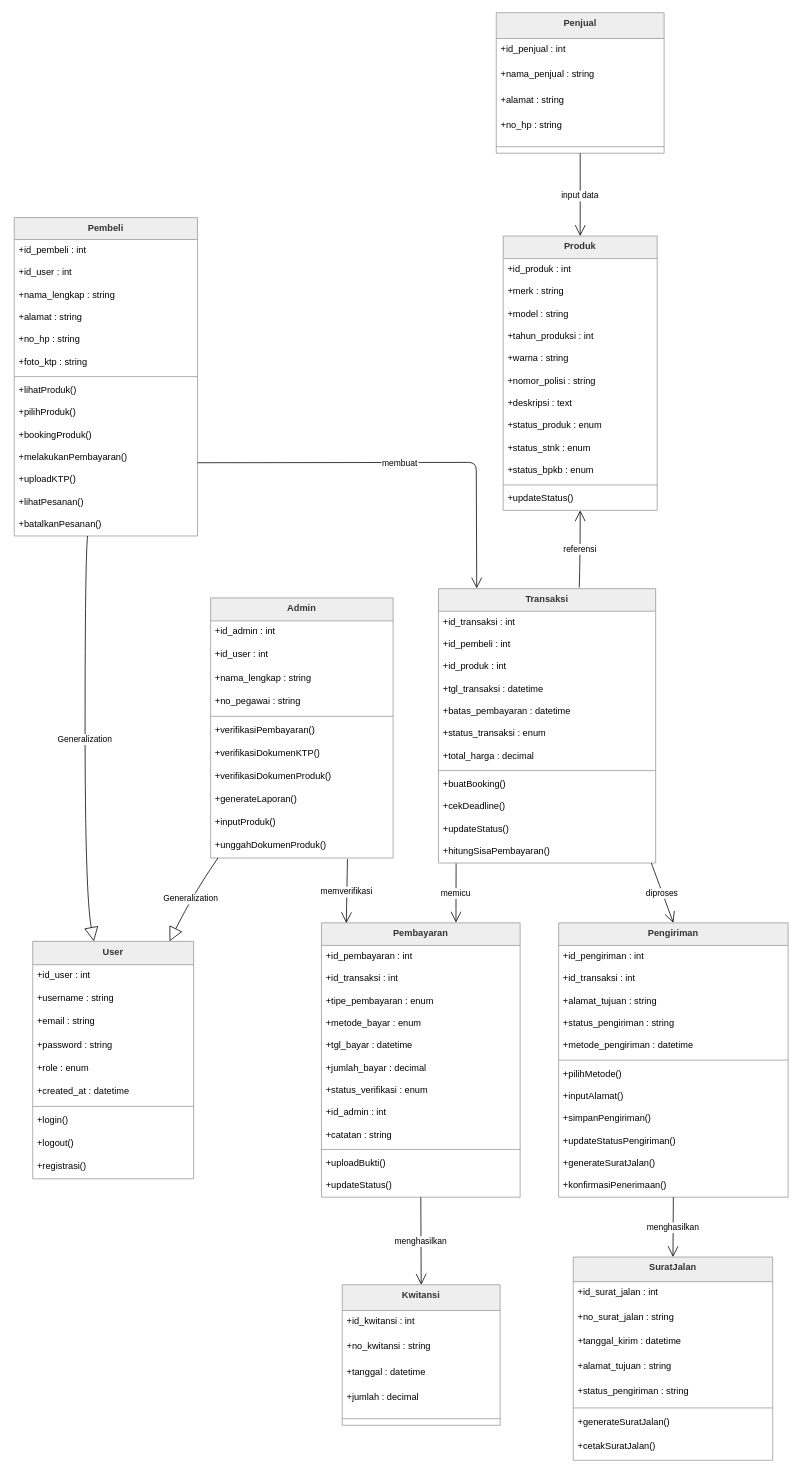
FikriBintangx/Macha keeps this draw.io diagram as page "Class: Page-2" (1 of 18) of diagram-macha/Macha_Diagrams.drawio. Above is the earlier version. Source tidied: cells renumbered, new cells numbered last; positions are measured from the earlier drawing's top-left corner, leaving out a move shared by most shapes. Both pictures are drawn from the tidied source at 77%, with x=0, y=0 at pixel (14, 12).
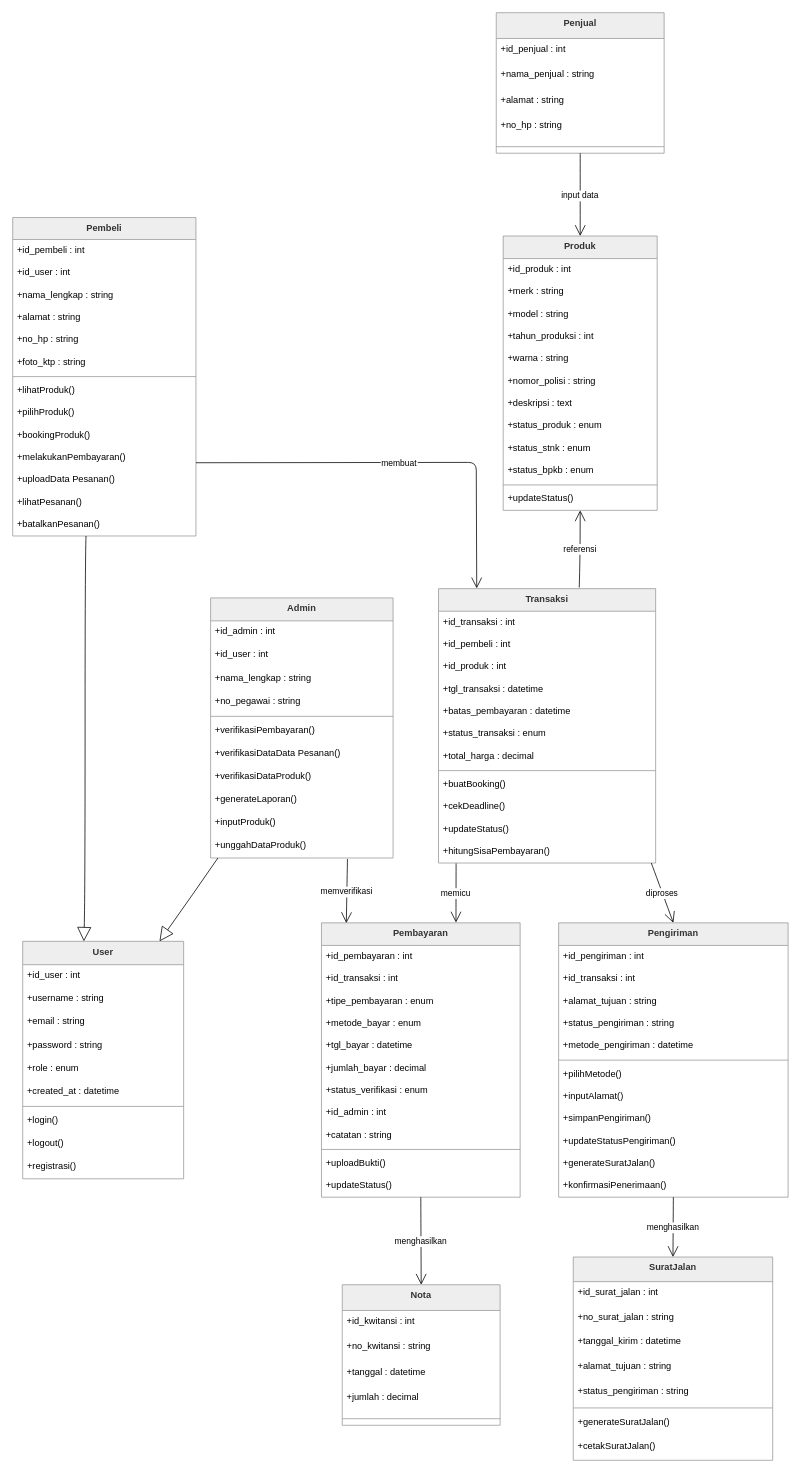
The same page after the edit.

Unchanged cells that the change refers to:
```xml
<mxCell id="28" value="Admin" style="swimlane;fontStyle=1;align=center;verticalAlign=top;horizontal=1;startSize=29.818181818181817;fillColor=light-dark(#eeeeee,#1f2020);strokeColor=light-dark(#999999,#cccccc);fontColor=light-dark(#333333,#cccccc);" parent="1" vertex="1">
  <mxGeometry x="255" y="760" width="237" height="337.8" as="geometry" />
</mxCell>
```

Change to the diagram source:
```diff
@@
     <mxCell id="2" value="User" style="swimlane;fontStyle=1;align=center;verticalAlign=top;horizontal=1;startSize=30.4;fillColor=light-dark(#eeeeee,#1f2020);strokeColor=light-dark(#999999,#cccccc);fontColor=light-dark(#333333,#cccccc);" parent="1" vertex="1">
-      <mxGeometry x="24" y="1206" width="209" height="308.4" as="geometry" />
+      <mxGeometry x="11" y="1206" width="209" height="308.4" as="geometry" />
     </mxCell>
@@
     <mxCell id="13" value="Pembeli" style="swimlane;fontStyle=1;align=center;verticalAlign=top;horizontal=1;startSize=28.571428571428573;fillColor=light-dark(#eeeeee,#1f2020);strokeColor=light-dark(#999999,#cccccc);fontColor=light-dark(#333333,#cccccc);" parent="1" vertex="1">
-      <mxGeometry y="266" width="238" height="413.6" as="geometry" />
+      <mxGeometry x="-2" y="266" width="238" height="413.6" as="geometry" />
     </mxCell>
@@
-    <mxCell id="25" value="+uploadKTP()" style="text;strokeColor=none;fillColor=none;align=left;verticalAlign=top;spacingLeft=4;spacingRight=4;overflow=hidden;" parent="13" vertex="1">
+    <mxCell id="25" value="+uploadData Pesanan()" style="text;strokeColor=none;fillColor=none;align=left;verticalAlign=top;spacingLeft=4;spacingRight=4;overflow=hidden;" parent="13" vertex="1">
       <mxGeometry y="326.6" width="238" height="29" as="geometry" />
     </mxCell>
@@
-    <mxCell id="35" value="+verifikasiDokumenKTP()" style="text;strokeColor=none;fillColor=none;align=left;verticalAlign=top;spacingLeft=4;spacingRight=4;overflow=hidden;" parent="28" vertex="1">
+    <mxCell id="35" value="+verifikasiDataData Pesanan()" style="text;strokeColor=none;fillColor=none;align=left;verticalAlign=top;spacingLeft=4;spacingRight=4;overflow=hidden;" parent="28" vertex="1">
       <mxGeometry y="187.8" width="237" height="30" as="geometry" />
     </mxCell>
-    <mxCell id="36" value="+verifikasiDokumenProduk()" style="text;strokeColor=none;fillColor=none;align=left;verticalAlign=top;spacingLeft=4;spacingRight=4;overflow=hidden;" parent="28" vertex="1">
+    <mxCell id="36" value="+verifikasiDataProduk()" style="text;strokeColor=none;fillColor=none;align=left;verticalAlign=top;spacingLeft=4;spacingRight=4;overflow=hidden;" parent="28" vertex="1">
       <mxGeometry y="217.8" width="237" height="30" as="geometry" />
     </mxCell>
@@
-    <mxCell id="39" value="+unggahDokumenProduk()" style="text;strokeColor=none;fillColor=none;align=left;verticalAlign=top;spacingLeft=4;spacingRight=4;overflow=hidden;points=[[0,0.5],[1,0.5]];portConstraint=eastwest;" parent="28" vertex="1">
+    <mxCell id="39" value="+unggahDataProduk()" style="text;strokeColor=none;fillColor=none;align=left;verticalAlign=top;spacingLeft=4;spacingRight=4;overflow=hidden;points=[[0,0.5],[1,0.5]];portConstraint=eastwest;" parent="28" vertex="1">
       <mxGeometry y="307.8" width="237" height="30" as="geometry" />
     </mxCell>
@@
-    <mxCell id="107" value="Kwitansi" style="swimlane;fontStyle=1;align=center;verticalAlign=top;horizontal=1;startSize=33.45454545454545;fillColor=light-dark(#eeeeee,#1f2020);strokeColor=light-dark(#999999,#cccccc);fontColor=light-dark(#333333,#cccccc);" parent="1" vertex="1">
+    <mxCell id="107" value="Nota" style="swimlane;fontStyle=1;align=center;verticalAlign=top;horizontal=1;startSize=33.45454545454545;fillColor=light-dark(#eeeeee,#1f2020);strokeColor=light-dark(#999999,#cccccc);fontColor=light-dark(#333333,#cccccc);" parent="1" vertex="1">
       <mxGeometry x="426" y="1652" width="205" height="182.5" as="geometry" />
     </mxCell>
@@
-    <mxCell id="113" value="Generalization" style="curved=1;startArrow=none;endArrow=block;endSize=16;endFill=0;exitX=0.4;exitY=1;entryX=0.38;entryY=0;rounded=0;" parent="1" edge="1" source="13" target="2">
+    <mxCell id="113" style="curved=1;startArrow=none;endArrow=block;endSize=16;endFill=0;exitX=0.4;exitY=1;entryX=0.38;entryY=0;rounded=0;" parent="1" edge="1" source="13" target="2">
       <mxGeometry relative="1" as="geometry">
         <Array as="points">
           <mxPoint x="92" y="711" />
           <mxPoint x="92" y="1145" />
         </Array>
       </mxGeometry>
     </mxCell>
-    <mxCell id="114" value="Generalization" style="curved=1;startArrow=none;endArrow=block;endSize=16;endFill=0;exitX=0.04;exitY=1;entryX=0.85;entryY=0;rounded=0;" parent="1" edge="1" source="28" target="2">
+    <mxCell id="114" style="curved=1;startArrow=none;endArrow=block;endSize=16;endFill=0;exitX=0.04;exitY=1;entryX=0.85;entryY=0;rounded=0;" parent="1" edge="1" source="28" target="2">
       <mxGeometry relative="1" as="geometry">
         <Array as="points">
           <mxPoint x="232" y="1145" />
         </Array>
       </mxGeometry>
     </mxCell>
```
